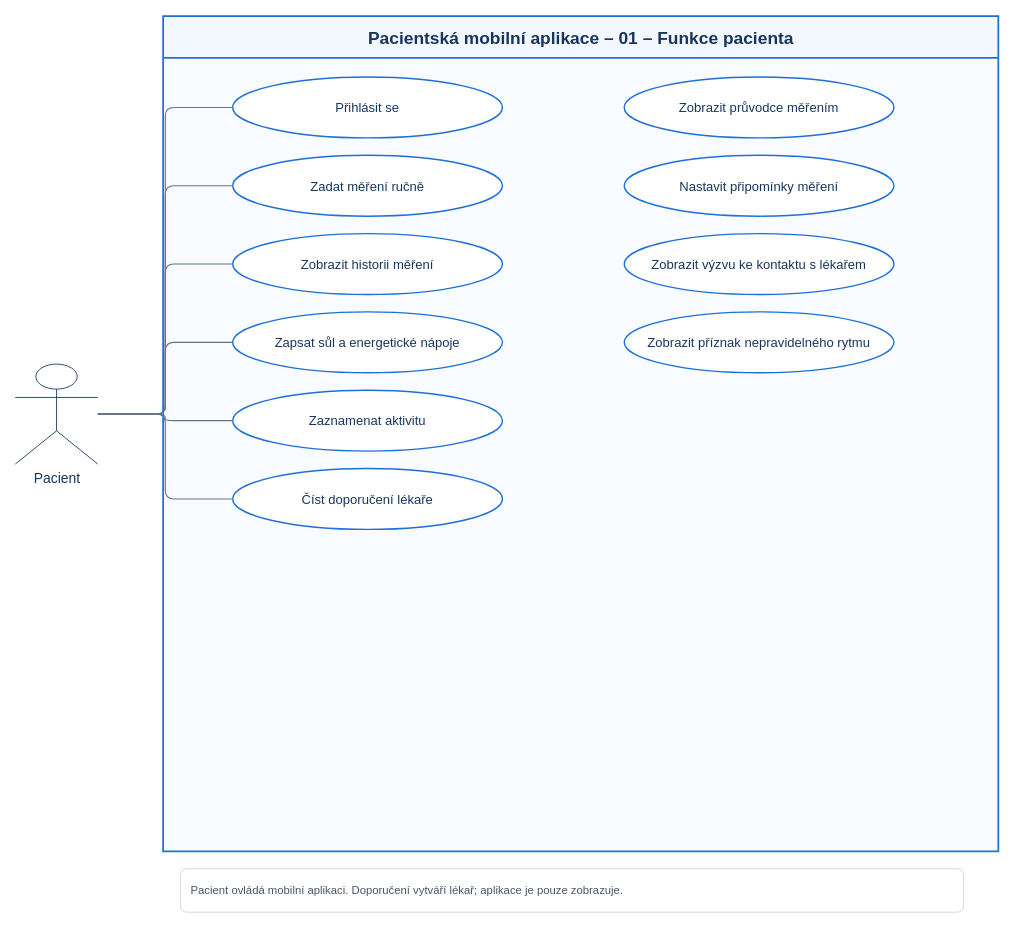
stastmar/SI_projekt keeps this draw.io diagram as page "01 – Funkce pacienta" (1 of 2) of Maky/diagramy/01-use-case-prehledny.drawio. Above is the earlier version. Source tidied: cells renumbered, new cells numbered last; positions are measured from the earlier drawing's top-left corner, leaving out a move shared by most shapes. Both pictures are drawn from the tidied source at 87%, with x=0, y=0 at pixel (15, 16).
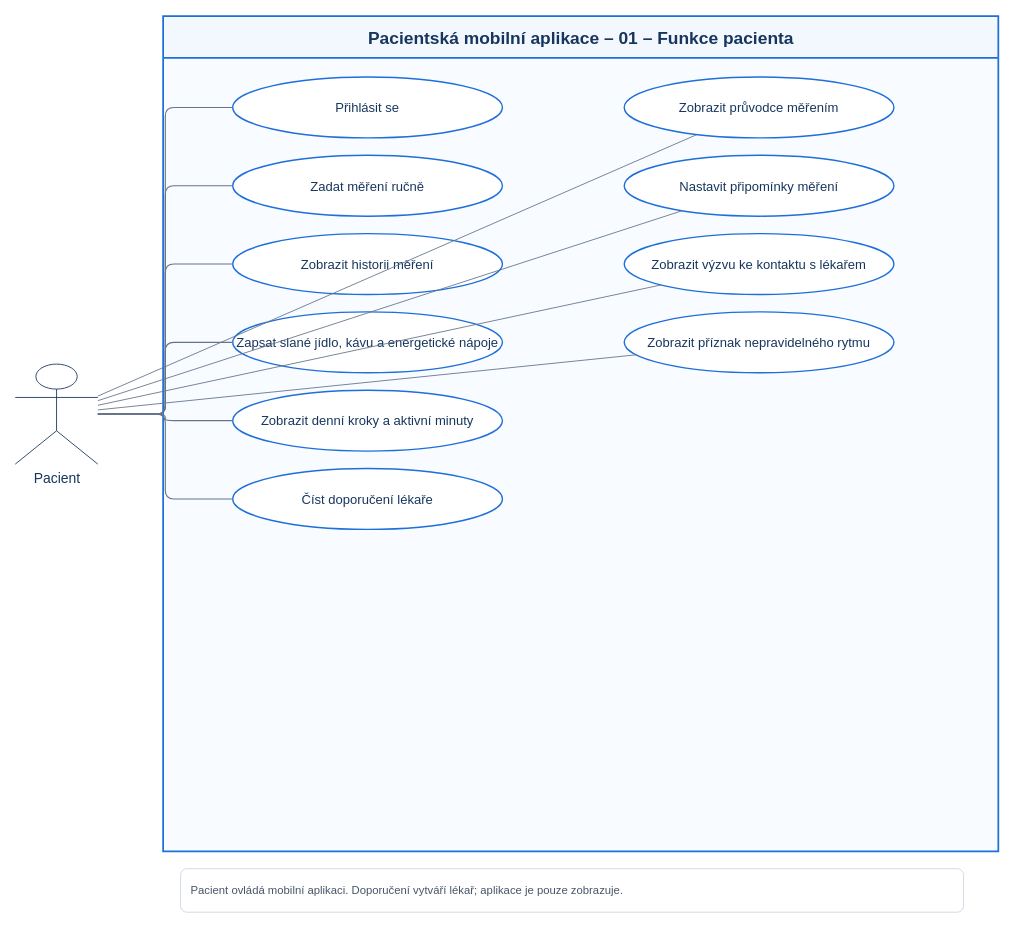
After the change.

The change refers to these unchanged cells:
```xml
<mxCell id="9" value="Zobrazit průvodce měřením" style="ellipse;whiteSpace=wrap;html=1;fillColor=#FFFFFF;strokeColor=#1E6FD9;strokeWidth=1.6;fontColor=#17365D;fontSize=15;align=center;verticalAlign=middle;" parent="1" vertex="1">
  <mxGeometry x="700" y="70" width="310" height="70" as="geometry" />
</mxCell>
<mxCell id="10" value="Nastavit připomínky měření" style="ellipse;whiteSpace=wrap;html=1;fillColor=#FFFFFF;strokeColor=#1E6FD9;strokeWidth=1.6;fontColor=#17365D;fontSize=15;align=center;verticalAlign=middle;" parent="1" vertex="1">
  <mxGeometry x="700" y="160" width="310" height="70" as="geometry" />
</mxCell>
<mxCell id="11" value="Zobrazit výzvu ke kontaktu s lékařem" style="ellipse;whiteSpace=wrap;html=1;fillColor=#FFFFFF;strokeColor=#1E6FD9;strokeWidth=1.6;fontColor=#17365D;fontSize=15;align=center;verticalAlign=middle;" parent="1" vertex="1">
  <mxGeometry x="700" y="250" width="310" height="70" as="geometry" />
</mxCell>
<mxCell id="12" value="Zobrazit příznak nepravidelného rytmu" style="ellipse;whiteSpace=wrap;html=1;fillColor=#FFFFFF;strokeColor=#1E6FD9;strokeWidth=1.6;fontColor=#17365D;fontSize=15;align=center;verticalAlign=middle;" parent="1" vertex="1">
  <mxGeometry x="700" y="340" width="310" height="70" as="geometry" />
</mxCell>
<mxCell id="13" value="Pacient" style="shape=umlActor;verticalLabelPosition=bottom;verticalAlign=top;html=1;fillColor=#FFFFFF;strokeColor=#17365D;fontColor=#17365D;fontSize=16;" parent="1" vertex="1">
  <mxGeometry y="400" width="95" height="115" as="geometry" />
</mxCell>
```

The edit, as a diff of the source:
```diff
@@
-    <mxCell id="6" value="Zapsat sůl a energetické nápoje" style="ellipse;whiteSpace=wrap;html=1;fillColor=#FFFFFF;strokeColor=#1E6FD9;strokeWidth=1.6;fontColor=#17365D;fontSize=15;align=center;verticalAlign=middle;" parent="1" vertex="1">
+    <mxCell id="6" value="Zapsat slané jídlo, kávu a energetické nápoje" style="ellipse;whiteSpace=wrap;html=1;fillColor=#FFFFFF;strokeColor=#1E6FD9;strokeWidth=1.6;fontColor=#17365D;fontSize=15;align=center;verticalAlign=middle;" parent="1" vertex="1">
       <mxGeometry x="250" y="340" width="310" height="70" as="geometry" />
     </mxCell>
-    <mxCell id="7" value="Zaznamenat aktivitu" style="ellipse;whiteSpace=wrap;html=1;fillColor=#FFFFFF;strokeColor=#1E6FD9;strokeWidth=1.6;fontColor=#17365D;fontSize=15;align=center;verticalAlign=middle;" parent="1" vertex="1">
+    <mxCell id="7" value="Zobrazit denní kroky a aktivní minuty" style="ellipse;whiteSpace=wrap;html=1;fillColor=#FFFFFF;strokeColor=#1E6FD9;strokeWidth=1.6;fontColor=#17365D;fontSize=15;align=center;verticalAlign=middle;" parent="1" vertex="1">
       <mxGeometry x="250" y="430" width="310" height="70" as="geometry" />
     </mxCell>
@@
+    <mxCell id="21" style="html=1;endArrow=none;dashed=0;strokeColor=#64748B;" parent="1" edge="1" source="13" target="9">
+      <mxGeometry relative="1" as="geometry" />
+    </mxCell>
+    <mxCell id="22" style="html=1;endArrow=none;dashed=0;strokeColor=#64748B;" parent="1" edge="1" source="13" target="10">
+      <mxGeometry relative="1" as="geometry" />
+    </mxCell>
+    <mxCell id="23" style="html=1;endArrow=none;dashed=0;strokeColor=#64748B;" parent="1" edge="1" source="13" target="11">
+      <mxGeometry relative="1" as="geometry" />
+    </mxCell>
+    <mxCell id="24" style="html=1;endArrow=none;dashed=0;strokeColor=#64748B;" parent="1" edge="1" source="13" target="12">
+      <mxGeometry relative="1" as="geometry" />
+    </mxCell>
```
